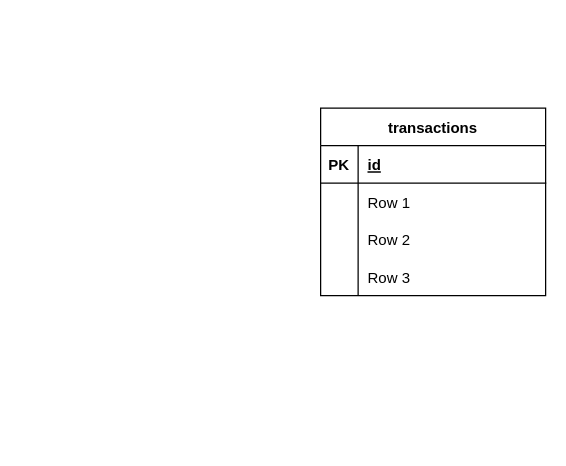
Before: Untitled Diagram.drawio in azmiadhani/diagramsnet, a draw.io diagram. Source tidied: cells renumbered, new cells numbered last; positions are measured from the earlier drawing's top-left corner, leaving out a move shared by most shapes. Both pictures are drawn from the tidied source at 125%, with x=0, y=0 at pixel (320, 108).
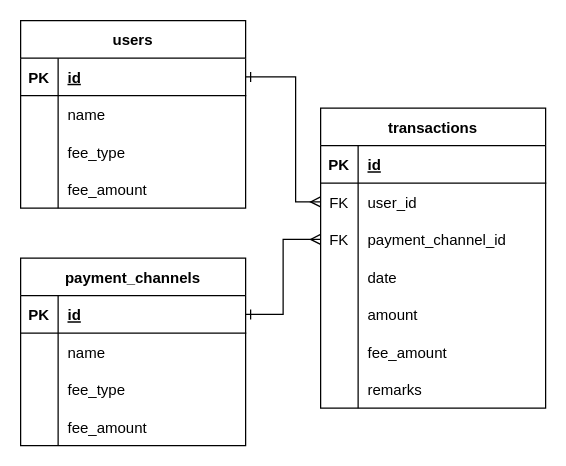
The same diagram, later.

Commit message:
payment-servic

Change to the diagram source:
```diff
@@
     <mxCell id="2" value="transactions" style="shape=table;startSize=30;childLayout=tableLayout;rowLines=0;fontStyle=1;align=center;" parent="1" vertex="1">
-      <mxGeometry width="180" height="150" as="geometry" />
+      <mxGeometry width="180" height="240" as="geometry" />
     </mxCell>
@@
+    <mxCell id="15" style="shape=tableRow;horizontal=0;startSize=0;swimlaneHead=0;swimlaneBody=0;fillColor=none;points=[[0,0.5],[1,0.5]];portConstraint=eastwest;top=0;left=0;right=0;bottom=0;" parent="2" vertex="1">
+      <mxGeometry y="60" width="180" height="30" as="geometry" />
+    </mxCell>
+    <mxCell id="16" value="FK" style="shape=partialRectangle;fillColor=none;top=0;left=0;bottom=0;right=0;overflow=hidden;" parent="15" vertex="1">
+      <mxGeometry width="30" height="30" as="geometry" />
+    </mxCell>
+    <mxCell id="17" value="user_id" style="shape=partialRectangle;fillColor=none;top=0;left=0;bottom=0;right=0;align=left;spacingLeft=6;overflow=hidden;" parent="15" vertex="1">
+      <mxGeometry x="30" width="150" height="30" as="geometry" />
+    </mxCell>
     <mxCell id="6" style="shape=tableRow;horizontal=0;startSize=0;swimlaneHead=0;swimlaneBody=0;fillColor=none;points=[[0,0.5],[1,0.5]];portConstraint=eastwest;top=0;left=0;right=0;bottom=0;" parent="2" vertex="1">
-      <mxGeometry y="60" width="180" height="30" as="geometry" />
+      <mxGeometry y="90" width="180" height="30" as="geometry" />
     </mxCell>
-    <mxCell id="7" style="shape=partialRectangle;fillColor=none;top=0;left=0;bottom=0;right=0;overflow=hidden;" parent="6" vertex="1">
+    <mxCell id="7" value="FK" style="shape=partialRectangle;fillColor=none;top=0;left=0;bottom=0;right=0;overflow=hidden;" parent="6" vertex="1">
       <mxGeometry width="30" height="30" as="geometry" />
     </mxCell>
-    <mxCell id="8" value="Row 1" style="shape=partialRectangle;fillColor=none;top=0;left=0;bottom=0;right=0;align=left;spacingLeft=6;overflow=hidden;" parent="6" vertex="1">
+    <mxCell id="8" value="payment_channel_id" style="shape=partialRectangle;fillColor=none;top=0;left=0;bottom=0;right=0;align=left;spacingLeft=6;overflow=hidden;" parent="6" vertex="1">
       <mxGeometry x="30" width="150" height="30" as="geometry" />
     </mxCell>
+    <mxCell id="18" style="shape=tableRow;horizontal=0;startSize=0;swimlaneHead=0;swimlaneBody=0;fillColor=none;top=0;left=0;right=0;bottom=0;" parent="2" vertex="1">
+      <mxGeometry y="120" width="180" height="30" as="geometry" />
+    </mxCell>
+    <mxCell id="19" style="shape=partialRectangle;fillColor=none;top=0;left=0;bottom=0;right=0;overflow=hidden;" parent="18" vertex="1">
+      <mxGeometry width="30" height="30" as="geometry" />
+    </mxCell>
+    <mxCell id="20" value="date" style="shape=partialRectangle;fillColor=none;top=0;left=0;bottom=0;right=0;align=left;spacingLeft=6;overflow=hidden;" parent="18" vertex="1">
+      <mxGeometry x="30" width="150" height="30" as="geometry" />
+    </mxCell>
     <mxCell id="9" style="shape=tableRow;horizontal=0;startSize=0;swimlaneHead=0;swimlaneBody=0;fillColor=none;top=0;left=0;right=0;bottom=0;" parent="2" vertex="1">
-      <mxGeometry y="90" width="180" height="30" as="geometry" />
+      <mxGeometry y="150" width="180" height="30" as="geometry" />
     </mxCell>
@@
-    <mxCell id="11" value="Row 2" style="shape=partialRectangle;fillColor=none;top=0;left=0;bottom=0;right=0;align=left;spacingLeft=6;overflow=hidden;" parent="9" vertex="1">
+    <mxCell id="11" value="amount" style="shape=partialRectangle;fillColor=none;top=0;left=0;bottom=0;right=0;align=left;spacingLeft=6;overflow=hidden;" parent="9" vertex="1">
       <mxGeometry x="30" width="150" height="30" as="geometry" />
     </mxCell>
     <mxCell id="12" style="shape=tableRow;horizontal=0;startSize=0;swimlaneHead=0;swimlaneBody=0;fillColor=none;top=0;left=0;right=0;bottom=0;" parent="2" vertex="1">
-      <mxGeometry y="120" width="180" height="30" as="geometry" />
+      <mxGeometry y="180" width="180" height="30" as="geometry" />
     </mxCell>
@@
-    <mxCell id="14" value="Row 3" style="shape=partialRectangle;fillColor=none;top=0;left=0;bottom=0;right=0;align=left;spacingLeft=6;overflow=hidden;" parent="12" vertex="1">
+    <mxCell id="14" value="fee_amount" style="shape=partialRectangle;fillColor=none;top=0;left=0;bottom=0;right=0;align=left;spacingLeft=6;overflow=hidden;" parent="12" vertex="1">
       <mxGeometry x="30" width="150" height="30" as="geometry" />
     </mxCell>
+    <mxCell id="21" style="shape=tableRow;horizontal=0;startSize=0;swimlaneHead=0;swimlaneBody=0;fillColor=none;top=0;left=0;right=0;bottom=0;" parent="2" vertex="1">
+      <mxGeometry y="210" width="180" height="30" as="geometry" />
+    </mxCell>
+    <mxCell id="22" style="shape=partialRectangle;fillColor=none;top=0;left=0;bottom=0;right=0;overflow=hidden;" parent="21" vertex="1">
+      <mxGeometry width="30" height="30" as="geometry" />
+    </mxCell>
+    <mxCell id="23" value="remarks" style="shape=partialRectangle;fillColor=none;top=0;left=0;bottom=0;right=0;align=left;spacingLeft=6;overflow=hidden;" parent="21" vertex="1">
+      <mxGeometry x="30" width="150" height="30" as="geometry" />
+    </mxCell>
+    <mxCell id="24" value="payment_channels" style="shape=table;startSize=30;childLayout=tableLayout;rowLines=0;fontStyle=1;align=center;" parent="1" vertex="1">
+      <mxGeometry x="-240" y="120" width="180" height="150" as="geometry" />
+    </mxCell>
+    <mxCell id="25" style="shape=tableRow;horizontal=0;startSize=0;swimlaneHead=0;swimlaneBody=0;fillColor=none;points=[[0,0.5],[1,0.5]];portConstraint=eastwest;top=0;left=0;right=0;bottom=1;" parent="24" vertex="1">
+      <mxGeometry y="30" width="180" height="30" as="geometry" />
+    </mxCell>
+    <mxCell id="26" value="PK" style="shape=partialRectangle;fillColor=none;top=0;left=0;bottom=0;right=0;fontStyle=1;overflow=hidden;" parent="25" vertex="1">
+      <mxGeometry width="30" height="30" as="geometry" />
+    </mxCell>
+    <mxCell id="27" value="id" style="shape=partialRectangle;fillColor=none;top=0;left=0;bottom=0;right=0;align=left;spacingLeft=6;fontStyle=5;overflow=hidden;" parent="25" vertex="1">
+      <mxGeometry x="30" width="150" height="30" as="geometry" />
+    </mxCell>
+    <mxCell id="28" style="shape=tableRow;horizontal=0;startSize=0;swimlaneHead=0;swimlaneBody=0;fillColor=none;top=0;left=0;right=0;bottom=0;" parent="24" vertex="1">
+      <mxGeometry y="60" width="180" height="30" as="geometry" />
+    </mxCell>
+    <mxCell id="29" style="shape=partialRectangle;fillColor=none;top=0;left=0;bottom=0;right=0;overflow=hidden;" parent="28" vertex="1">
+      <mxGeometry width="30" height="30" as="geometry" />
+    </mxCell>
+    <mxCell id="30" value="name" style="shape=partialRectangle;fillColor=none;top=0;left=0;bottom=0;right=0;align=left;spacingLeft=6;overflow=hidden;" parent="28" vertex="1">
+      <mxGeometry x="30" width="150" height="30" as="geometry" />
+    </mxCell>
+    <mxCell id="31" style="shape=tableRow;horizontal=0;startSize=0;swimlaneHead=0;swimlaneBody=0;fillColor=none;top=0;left=0;right=0;bottom=0;" parent="24" vertex="1">
+      <mxGeometry y="90" width="180" height="30" as="geometry" />
+    </mxCell>
+    <mxCell id="32" style="shape=partialRectangle;fillColor=none;top=0;left=0;bottom=0;right=0;overflow=hidden;" parent="31" vertex="1">
+      <mxGeometry width="30" height="30" as="geometry" />
+    </mxCell>
+    <mxCell id="33" value="fee_type" style="shape=partialRectangle;fillColor=none;top=0;left=0;bottom=0;right=0;align=left;spacingLeft=6;overflow=hidden;" parent="31" vertex="1">
+      <mxGeometry x="30" width="150" height="30" as="geometry" />
+    </mxCell>
+    <mxCell id="34" style="shape=tableRow;horizontal=0;startSize=0;swimlaneHead=0;swimlaneBody=0;fillColor=none;top=0;left=0;right=0;bottom=0;" parent="24" vertex="1">
+      <mxGeometry y="120" width="180" height="30" as="geometry" />
+    </mxCell>
+    <mxCell id="35" style="shape=partialRectangle;fillColor=none;top=0;left=0;bottom=0;right=0;overflow=hidden;" parent="34" vertex="1">
+      <mxGeometry width="30" height="30" as="geometry" />
+    </mxCell>
+    <mxCell id="36" value="fee_amount" style="shape=partialRectangle;fillColor=none;top=0;left=0;bottom=0;right=0;align=left;spacingLeft=6;overflow=hidden;" parent="34" vertex="1">
+      <mxGeometry x="30" width="150" height="30" as="geometry" />
+    </mxCell>
+    <mxCell id="37" style="edgeStyle=orthogonalEdgeStyle;rounded=0;jettySize=auto;html=1;endArrow=ERmany;endFill=0;startArrow=ERone;startFill=0;" parent="1" edge="1" source="25" target="6">
+      <mxGeometry relative="1" as="geometry" />
+    </mxCell>
+    <mxCell id="38" value="users" style="shape=table;startSize=30;childLayout=tableLayout;rowLines=0;fontStyle=1;align=center;" parent="1" vertex="1">
+      <mxGeometry x="-240" y="-70" width="180" height="150" as="geometry" />
+    </mxCell>
+    <mxCell id="39" style="shape=tableRow;horizontal=0;startSize=0;swimlaneHead=0;swimlaneBody=0;fillColor=none;points=[[0,0.5],[1,0.5]];portConstraint=eastwest;top=0;left=0;right=0;bottom=1;" parent="38" vertex="1">
+      <mxGeometry y="30" width="180" height="30" as="geometry" />
+    </mxCell>
+    <mxCell id="40" value="PK" style="shape=partialRectangle;fillColor=none;top=0;left=0;bottom=0;right=0;fontStyle=1;overflow=hidden;" parent="39" vertex="1">
+      <mxGeometry width="30" height="30" as="geometry" />
+    </mxCell>
+    <mxCell id="41" value="id" style="shape=partialRectangle;fillColor=none;top=0;left=0;bottom=0;right=0;align=left;spacingLeft=6;fontStyle=5;overflow=hidden;" parent="39" vertex="1">
+      <mxGeometry x="30" width="150" height="30" as="geometry" />
+    </mxCell>
+    <mxCell id="42" style="shape=tableRow;horizontal=0;startSize=0;swimlaneHead=0;swimlaneBody=0;fillColor=none;top=0;left=0;right=0;bottom=0;" parent="38" vertex="1">
+      <mxGeometry y="60" width="180" height="30" as="geometry" />
+    </mxCell>
+    <mxCell id="43" style="shape=partialRectangle;fillColor=none;top=0;left=0;bottom=0;right=0;overflow=hidden;" parent="42" vertex="1">
+      <mxGeometry width="30" height="30" as="geometry" />
+    </mxCell>
+    <mxCell id="44" value="name" style="shape=partialRectangle;fillColor=none;top=0;left=0;bottom=0;right=0;align=left;spacingLeft=6;overflow=hidden;" parent="42" vertex="1">
+      <mxGeometry x="30" width="150" height="30" as="geometry" />
+    </mxCell>
+    <mxCell id="45" style="shape=tableRow;horizontal=0;startSize=0;swimlaneHead=0;swimlaneBody=0;fillColor=none;top=0;left=0;right=0;bottom=0;" parent="38" vertex="1">
+      <mxGeometry y="90" width="180" height="30" as="geometry" />
+    </mxCell>
+    <mxCell id="46" style="shape=partialRectangle;fillColor=none;top=0;left=0;bottom=0;right=0;overflow=hidden;" parent="45" vertex="1">
+      <mxGeometry width="30" height="30" as="geometry" />
+    </mxCell>
+    <mxCell id="47" value="fee_type" style="shape=partialRectangle;fillColor=none;top=0;left=0;bottom=0;right=0;align=left;spacingLeft=6;overflow=hidden;" parent="45" vertex="1">
+      <mxGeometry x="30" width="150" height="30" as="geometry" />
+    </mxCell>
+    <mxCell id="48" style="shape=tableRow;horizontal=0;startSize=0;swimlaneHead=0;swimlaneBody=0;fillColor=none;top=0;left=0;right=0;bottom=0;" parent="38" vertex="1">
+      <mxGeometry y="120" width="180" height="30" as="geometry" />
+    </mxCell>
+    <mxCell id="49" style="shape=partialRectangle;fillColor=none;top=0;left=0;bottom=0;right=0;overflow=hidden;" parent="48" vertex="1">
+      <mxGeometry width="30" height="30" as="geometry" />
+    </mxCell>
+    <mxCell id="50" value="fee_amount" style="shape=partialRectangle;fillColor=none;top=0;left=0;bottom=0;right=0;align=left;spacingLeft=6;overflow=hidden;" parent="48" vertex="1">
+      <mxGeometry x="30" width="150" height="30" as="geometry" />
+    </mxCell>
+    <mxCell id="51" style="edgeStyle=orthogonalEdgeStyle;rounded=0;jettySize=auto;html=1;endArrow=ERmany;endFill=0;startArrow=ERone;startFill=0;" parent="1" edge="1" source="39" target="15">
+      <mxGeometry relative="1" as="geometry">
+        <Array as="points">
+          <mxPoint x="-20" y="-25" />
+          <mxPoint x="-20" y="75" />
+        </Array>
+      </mxGeometry>
+    </mxCell>
```
